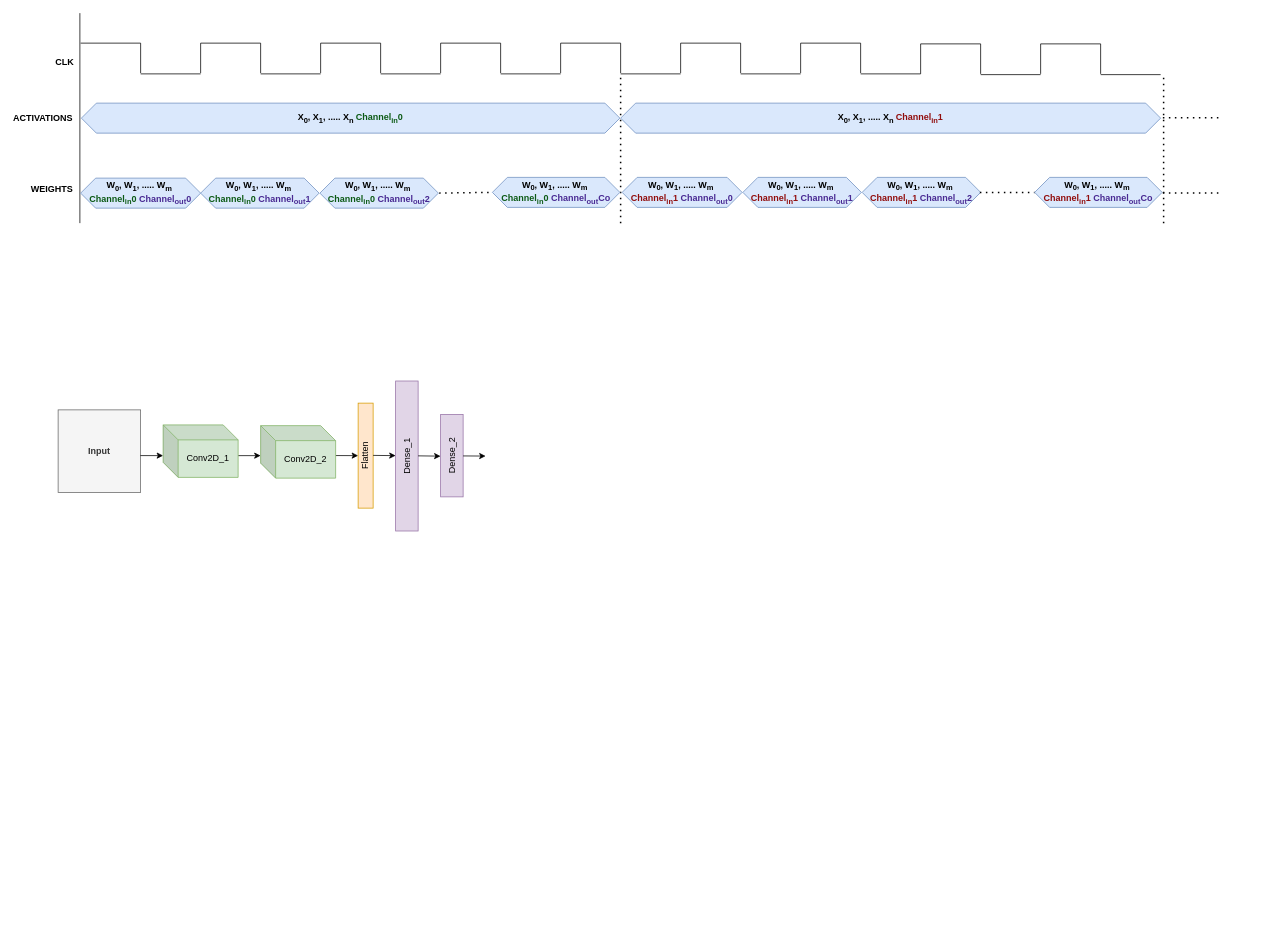
This is Timing diagram_eIQ_neutron.drawio from Nithyarajoman/Drawio-figures, a draw.io file, before an edit. Source tidied: cells renumbered, new cells numbered last; positions are measured from the earlier drawing's top-left corner, leaving out a move shared by most shapes. Both pictures are drawn from the tidied source at 75%, with x=0, y=0 at pixel (14, 13).
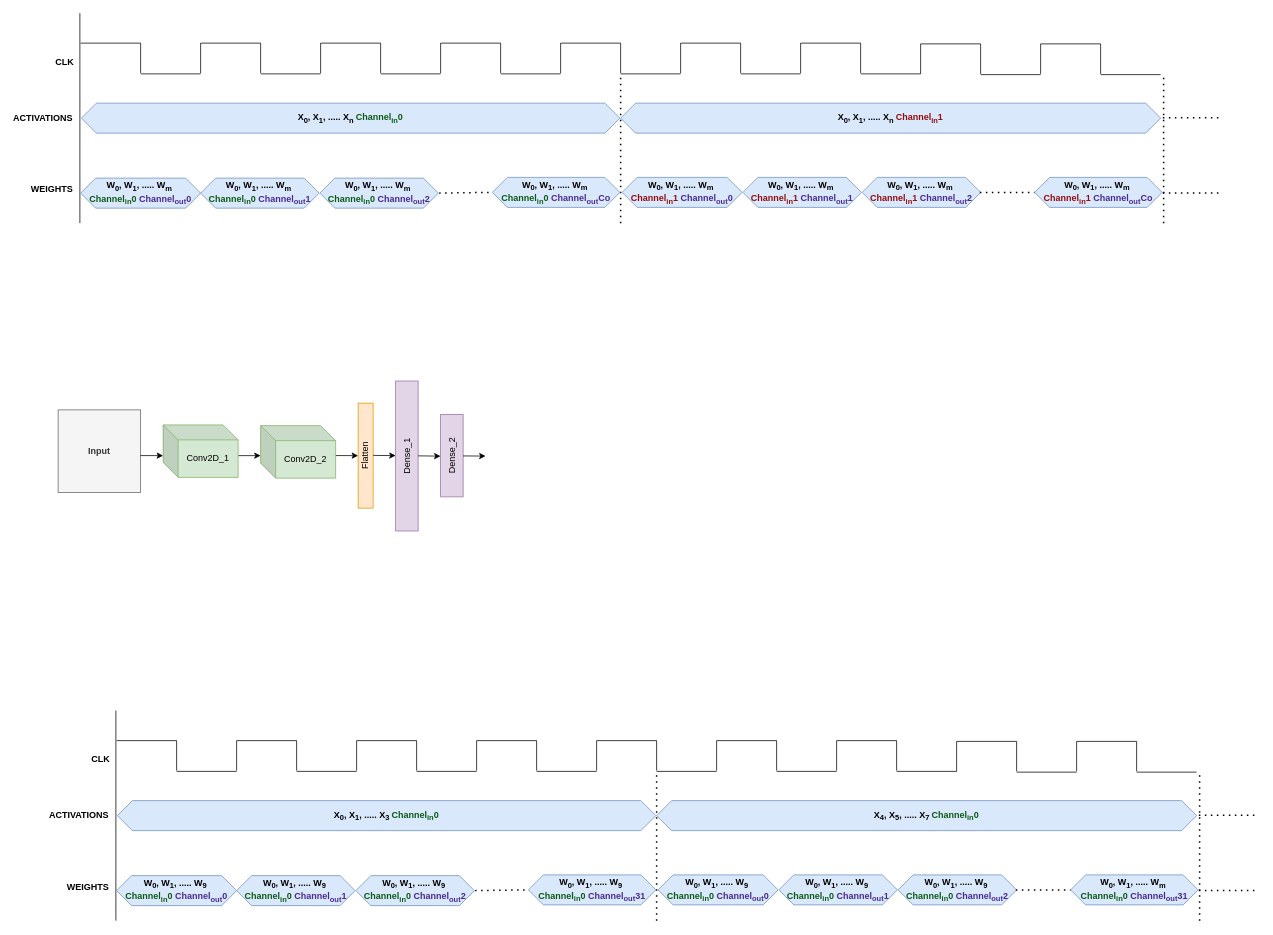
After the change.

The edit, as a diff of the source:
```diff
@@
+    <mxCell id="78" value="&lt;b&gt;&lt;font&gt;X&lt;sub style=&quot;&quot;&gt;0&lt;/sub&gt;, X&lt;sub style=&quot;&quot;&gt;1&lt;/sub&gt;, ..... X&lt;sub style=&quot;&quot;&gt;3&amp;nbsp;&lt;/sub&gt;&lt;font style=&quot;color: light-dark(rgb(12, 90, 21), rgb(237, 237, 237));&quot;&gt;Channel&lt;sub style=&quot;&quot;&gt;in&lt;/sub&gt;0&lt;/font&gt;&lt;/font&gt;&lt;/b&gt;" style="shape=hexagon;perimeter=hexagonPerimeter2;whiteSpace=wrap;html=1;fixedSize=1;fillColor=#dae8fc;strokeColor=#6c8ebf;" parent="1" vertex="1">
+      <mxGeometry x="137" y="1050" width="718" height="40" as="geometry" />
+    </mxCell>
+    <mxCell id="79" style="endArrow=none;html=1;rounded=0;" parent="1" edge="1">
+      <mxGeometry relative="1" as="geometry">
+        <mxPoint x="135" y="1210" as="sourcePoint" />
+        <mxPoint x="135" y="930" as="targetPoint" />
+      </mxGeometry>
+    </mxCell>
+    <mxCell id="80" style="group;" parent="1" vertex="1">
+      <mxGeometry x="136" y="970" width="160" height="41" as="geometry" />
+    </mxCell>
+    <mxCell id="81" style="endArrow=none;html=1;rounded=0;" parent="80" edge="1">
+      <mxGeometry relative="1" as="geometry">
+        <mxPoint as="sourcePoint" />
+        <mxPoint x="80" as="targetPoint" />
+      </mxGeometry>
+    </mxCell>
+    <mxCell id="82" style="endArrow=none;html=1;rounded=0;" parent="80" edge="1">
+      <mxGeometry relative="1" as="geometry">
+        <mxPoint x="80" y="41" as="sourcePoint" />
+        <mxPoint x="160" y="41" as="targetPoint" />
+      </mxGeometry>
+    </mxCell>
+    <mxCell id="83" style="endArrow=none;html=1;rounded=0;" parent="80" edge="1">
+      <mxGeometry relative="1" as="geometry">
+        <mxPoint x="80" as="sourcePoint" />
+        <mxPoint x="80" y="40" as="targetPoint" />
+      </mxGeometry>
+    </mxCell>
+    <mxCell id="84" style="group;" parent="1" vertex="1">
+      <mxGeometry x="296" y="970" width="160" height="41" as="geometry" />
+    </mxCell>
+    <mxCell id="85" style="endArrow=none;html=1;rounded=0;" parent="84" edge="1">
+      <mxGeometry relative="1" as="geometry">
+        <mxPoint as="sourcePoint" />
+        <mxPoint x="80" as="targetPoint" />
+      </mxGeometry>
+    </mxCell>
+    <mxCell id="86" style="endArrow=none;html=1;rounded=0;" parent="84" edge="1">
+      <mxGeometry relative="1" as="geometry">
+        <mxPoint x="80" y="41" as="sourcePoint" />
+        <mxPoint x="160" y="41" as="targetPoint" />
+      </mxGeometry>
+    </mxCell>
+    <mxCell id="87" style="endArrow=none;html=1;rounded=0;" parent="84" edge="1">
+      <mxGeometry relative="1" as="geometry">
+        <mxPoint x="80" as="sourcePoint" />
+        <mxPoint x="80" y="40" as="targetPoint" />
+      </mxGeometry>
+    </mxCell>
+    <mxCell id="88" style="endArrow=none;html=1;rounded=0;" parent="84" edge="1">
+      <mxGeometry relative="1" as="geometry">
+        <mxPoint as="sourcePoint" />
+        <mxPoint y="40" as="targetPoint" />
+      </mxGeometry>
+    </mxCell>
+    <mxCell id="89" style="group;" parent="1" vertex="1">
+      <mxGeometry x="456" y="970" width="160" height="41" as="geometry" />
+    </mxCell>
+    <mxCell id="90" style="endArrow=none;html=1;rounded=0;" parent="89" edge="1">
+      <mxGeometry relative="1" as="geometry">
+        <mxPoint as="sourcePoint" />
+        <mxPoint x="80" as="targetPoint" />
+      </mxGeometry>
+    </mxCell>
+    <mxCell id="91" style="endArrow=none;html=1;rounded=0;" parent="89" edge="1">
+      <mxGeometry relative="1" as="geometry">
+        <mxPoint x="80" y="41" as="sourcePoint" />
+        <mxPoint x="160" y="41" as="targetPoint" />
+      </mxGeometry>
+    </mxCell>
+    <mxCell id="92" style="endArrow=none;html=1;rounded=0;" parent="89" edge="1">
+      <mxGeometry relative="1" as="geometry">
+        <mxPoint x="80" as="sourcePoint" />
+        <mxPoint x="80" y="40" as="targetPoint" />
+      </mxGeometry>
+    </mxCell>
+    <mxCell id="93" style="endArrow=none;html=1;rounded=0;" parent="89" edge="1">
+      <mxGeometry relative="1" as="geometry">
+        <mxPoint as="sourcePoint" />
+        <mxPoint y="40" as="targetPoint" />
+      </mxGeometry>
+    </mxCell>
+    <mxCell id="94" style="group;" parent="1" vertex="1">
+      <mxGeometry x="616" y="970" width="160" height="41" as="geometry" />
+    </mxCell>
+    <mxCell id="95" style="endArrow=none;html=1;rounded=0;" parent="94" edge="1">
+      <mxGeometry relative="1" as="geometry">
+        <mxPoint as="sourcePoint" />
+        <mxPoint x="80" as="targetPoint" />
+      </mxGeometry>
+    </mxCell>
+    <mxCell id="96" style="endArrow=none;html=1;rounded=0;" parent="94" edge="1">
+      <mxGeometry relative="1" as="geometry">
+        <mxPoint x="80" y="41" as="sourcePoint" />
+        <mxPoint x="160" y="41" as="targetPoint" />
+      </mxGeometry>
+    </mxCell>
+    <mxCell id="97" style="endArrow=none;html=1;rounded=0;" parent="94" edge="1">
+      <mxGeometry relative="1" as="geometry">
+        <mxPoint x="80" as="sourcePoint" />
+        <mxPoint x="80" y="40" as="targetPoint" />
+      </mxGeometry>
+    </mxCell>
+    <mxCell id="98" style="endArrow=none;html=1;rounded=0;" parent="94" edge="1">
+      <mxGeometry relative="1" as="geometry">
+        <mxPoint as="sourcePoint" />
+        <mxPoint y="40" as="targetPoint" />
+      </mxGeometry>
+    </mxCell>
+    <mxCell id="99" style="group;" parent="1" vertex="1">
+      <mxGeometry x="776" y="970" width="160" height="41" as="geometry" />
+    </mxCell>
+    <mxCell id="100" style="endArrow=none;html=1;rounded=0;" parent="99" edge="1">
+      <mxGeometry relative="1" as="geometry">
+        <mxPoint as="sourcePoint" />
+        <mxPoint x="80" as="targetPoint" />
+      </mxGeometry>
+    </mxCell>
+    <mxCell id="101" style="endArrow=none;html=1;rounded=0;" parent="99" edge="1">
+      <mxGeometry relative="1" as="geometry">
+        <mxPoint x="80" y="41" as="sourcePoint" />
+        <mxPoint x="160" y="41" as="targetPoint" />
+      </mxGeometry>
+    </mxCell>
+    <mxCell id="102" style="endArrow=none;html=1;rounded=0;" parent="99" edge="1">
+      <mxGeometry relative="1" as="geometry">
+        <mxPoint x="80" as="sourcePoint" />
+        <mxPoint x="80" y="40" as="targetPoint" />
+      </mxGeometry>
+    </mxCell>
+    <mxCell id="103" style="endArrow=none;html=1;rounded=0;" parent="99" edge="1">
+      <mxGeometry relative="1" as="geometry">
+        <mxPoint as="sourcePoint" />
+        <mxPoint y="40" as="targetPoint" />
+      </mxGeometry>
+    </mxCell>
+    <mxCell id="104" style="group;" parent="1" vertex="1">
+      <mxGeometry x="936" y="970" width="160" height="41" as="geometry" />
+    </mxCell>
+    <mxCell id="105" style="endArrow=none;html=1;rounded=0;" parent="104" edge="1">
+      <mxGeometry relative="1" as="geometry">
+        <mxPoint as="sourcePoint" />
+        <mxPoint x="80" as="targetPoint" />
+      </mxGeometry>
+    </mxCell>
+    <mxCell id="106" style="endArrow=none;html=1;rounded=0;" parent="104" edge="1">
+      <mxGeometry relative="1" as="geometry">
+        <mxPoint x="80" y="41" as="sourcePoint" />
+        <mxPoint x="160" y="41" as="targetPoint" />
+      </mxGeometry>
+    </mxCell>
+    <mxCell id="107" style="endArrow=none;html=1;rounded=0;" parent="104" edge="1">
+      <mxGeometry relative="1" as="geometry">
+        <mxPoint x="80" as="sourcePoint" />
+        <mxPoint x="80" y="40" as="targetPoint" />
+      </mxGeometry>
+    </mxCell>
+    <mxCell id="108" style="endArrow=none;html=1;rounded=0;" parent="104" edge="1">
+      <mxGeometry relative="1" as="geometry">
+        <mxPoint as="sourcePoint" />
+        <mxPoint y="40" as="targetPoint" />
+      </mxGeometry>
+    </mxCell>
+    <mxCell id="109" style="group;" parent="1" vertex="1">
+      <mxGeometry x="1096" y="970" width="160" height="41" as="geometry" />
+    </mxCell>
+    <mxCell id="110" style="endArrow=none;html=1;rounded=0;" parent="109" edge="1">
+      <mxGeometry relative="1" as="geometry">
+        <mxPoint as="sourcePoint" />
+        <mxPoint x="80" as="targetPoint" />
+      </mxGeometry>
+    </mxCell>
+    <mxCell id="111" style="endArrow=none;html=1;rounded=0;" parent="109" edge="1">
+      <mxGeometry relative="1" as="geometry">
+        <mxPoint x="80" y="41" as="sourcePoint" />
+        <mxPoint x="160" y="41" as="targetPoint" />
+      </mxGeometry>
+    </mxCell>
+    <mxCell id="112" style="endArrow=none;html=1;rounded=0;" parent="109" edge="1">
+      <mxGeometry relative="1" as="geometry">
+        <mxPoint x="80" as="sourcePoint" />
+        <mxPoint x="80" y="40" as="targetPoint" />
+      </mxGeometry>
+    </mxCell>
+    <mxCell id="113" style="endArrow=none;html=1;rounded=0;" parent="109" edge="1">
+      <mxGeometry relative="1" as="geometry">
+        <mxPoint as="sourcePoint" />
+        <mxPoint y="40" as="targetPoint" />
+      </mxGeometry>
+    </mxCell>
+    <mxCell id="114" style="endArrow=none;dashed=1;html=1;dashPattern=1 3;strokeWidth=2;rounded=0;" parent="1" edge="1">
+      <mxGeometry relative="1" as="geometry">
+        <mxPoint x="856" y="1210" as="sourcePoint" />
+        <mxPoint x="856" y="1011" as="targetPoint" />
+      </mxGeometry>
+    </mxCell>
+    <mxCell id="115" value="&lt;b&gt;&lt;font&gt;W&lt;sub style=&quot;&quot;&gt;0&lt;/sub&gt;, W&lt;sub style=&quot;&quot;&gt;1&lt;/sub&gt;, ..... W&lt;sub style=&quot;&quot;&gt;9&amp;nbsp;&lt;/sub&gt;&lt;/font&gt;&lt;/b&gt;&lt;div&gt;&lt;b&gt;&lt;font&gt;&lt;font style=&quot;color: rgb(12, 90, 21);&quot;&gt;Channel&lt;sub&gt;in&lt;/sub&gt;0&lt;/font&gt; &lt;font style=&quot;color: light-dark(rgb(73, 42, 147), rgb(237, 237, 237));&quot;&gt;Channel&lt;sub&gt;out&lt;/sub&gt;0&lt;/font&gt;&lt;/font&gt;&lt;/b&gt;&lt;/div&gt;" style="shape=hexagon;perimeter=hexagonPerimeter2;whiteSpace=wrap;html=1;fixedSize=1;fillColor=#dae8fc;strokeColor=#6c8ebf;" parent="1" vertex="1">
+      <mxGeometry x="136" y="1150" width="160" height="40" as="geometry" />
+    </mxCell>
+    <mxCell id="116" value="&lt;b&gt;W&lt;sub&gt;0&lt;/sub&gt;, W&lt;sub&gt;1&lt;/sub&gt;, ..... W&lt;sub&gt;9&amp;nbsp;&lt;/sub&gt;&lt;/b&gt;&lt;div&gt;&lt;b&gt;&lt;font style=&quot;color: rgb(12, 90, 21);&quot;&gt;Channel&lt;sub&gt;in&lt;/sub&gt;0&lt;/font&gt; &lt;font style=&quot;color: rgb(73, 42, 147);&quot;&gt;Channel&lt;sub&gt;out&lt;/sub&gt;1&lt;/font&gt;&lt;/b&gt;&lt;/div&gt;" style="shape=hexagon;perimeter=hexagonPerimeter2;whiteSpace=wrap;html=1;fixedSize=1;fillColor=#dae8fc;strokeColor=#6c8ebf;" parent="1" vertex="1">
+      <mxGeometry x="296" y="1150" width="158" height="40" as="geometry" />
+    </mxCell>
+    <mxCell id="117" value="&lt;b&gt;W&lt;sub&gt;0&lt;/sub&gt;, W&lt;sub&gt;1&lt;/sub&gt;, ..... W&lt;sub&gt;9&amp;nbsp;&lt;/sub&gt;&lt;/b&gt;&lt;div&gt;&lt;b&gt;&lt;font style=&quot;color: rgb(12, 90, 21);&quot;&gt;Channel&lt;sub&gt;in&lt;/sub&gt;0&lt;/font&gt; &lt;font style=&quot;color: rgb(73, 42, 147);&quot;&gt;Channel&lt;sub&gt;out&lt;/sub&gt;2&lt;/font&gt;&lt;/b&gt;&lt;/div&gt;" style="shape=hexagon;perimeter=hexagonPerimeter2;whiteSpace=wrap;html=1;fixedSize=1;fillColor=#dae8fc;strokeColor=#6c8ebf;" parent="1" vertex="1">
+      <mxGeometry x="455" y="1150" width="158" height="40" as="geometry" />
+    </mxCell>
+    <mxCell id="118" style="endArrow=none;dashed=1;html=1;dashPattern=1 3;strokeWidth=2;rounded=0;entryX=0;entryY=0.5;entryDx=0;entryDy=0;" parent="1" edge="1" target="119">
+      <mxGeometry relative="1" as="geometry">
+        <mxPoint x="614" y="1170" as="sourcePoint" />
+      </mxGeometry>
+    </mxCell>
+    <mxCell id="119" value="&lt;b&gt;W&lt;sub&gt;0&lt;/sub&gt;, W&lt;sub&gt;1&lt;/sub&gt;, ..... W&lt;sub&gt;9&amp;nbsp;&lt;/sub&gt;&lt;/b&gt;&lt;div&gt;&lt;b&gt;&lt;font style=&quot;color: rgb(12, 90, 21);&quot;&gt;Channel&lt;sub&gt;in&lt;/sub&gt;0 &lt;/font&gt;&lt;font style=&quot;color: rgb(73, 42, 147);&quot;&gt;Channel&lt;sub&gt;out&lt;/sub&gt;31&lt;/font&gt;&lt;/b&gt;&lt;/div&gt;" style="shape=hexagon;perimeter=hexagonPerimeter2;whiteSpace=wrap;html=1;fixedSize=1;fillColor=#dae8fc;strokeColor=#6c8ebf;" parent="1" vertex="1">
+      <mxGeometry x="685" y="1149" width="170" height="40" as="geometry" />
+    </mxCell>
+    <mxCell id="120" value="&lt;b&gt;&lt;font&gt;X&lt;sub style=&quot;&quot;&gt;4&lt;/sub&gt;, X&lt;sub style=&quot;&quot;&gt;5&lt;/sub&gt;, ..... X&lt;sub style=&quot;&quot;&gt;7&amp;nbsp;&lt;/sub&gt;&lt;/font&gt;&lt;/b&gt;&lt;b&gt;&lt;font style=&quot;color: light-dark(rgb(12, 90, 21), rgb(237, 237, 237));&quot;&gt;Channel&lt;sub&gt;in&lt;/sub&gt;0&lt;/font&gt;&lt;/b&gt;" style="shape=hexagon;perimeter=hexagonPerimeter2;whiteSpace=wrap;html=1;fixedSize=1;fillColor=#dae8fc;strokeColor=#6c8ebf;" parent="1" vertex="1">
+      <mxGeometry x="856" y="1050" width="720" height="40" as="geometry" />
+    </mxCell>
+    <mxCell id="121" style="group;" parent="1" vertex="1">
+      <mxGeometry x="1256" y="971" width="160" height="41" as="geometry" />
+    </mxCell>
+    <mxCell id="122" style="endArrow=none;html=1;rounded=0;" parent="121" edge="1">
+      <mxGeometry relative="1" as="geometry">
+        <mxPoint as="sourcePoint" />
+        <mxPoint x="80" as="targetPoint" />
+      </mxGeometry>
+    </mxCell>
+    <mxCell id="123" style="endArrow=none;html=1;rounded=0;" parent="121" edge="1">
+      <mxGeometry relative="1" as="geometry">
+        <mxPoint x="80" y="41" as="sourcePoint" />
+        <mxPoint x="160" y="41" as="targetPoint" />
+      </mxGeometry>
+    </mxCell>
+    <mxCell id="124" style="endArrow=none;html=1;rounded=0;" parent="121" edge="1">
+      <mxGeometry relative="1" as="geometry">
+        <mxPoint x="80" as="sourcePoint" />
+        <mxPoint x="80" y="40" as="targetPoint" />
+      </mxGeometry>
+    </mxCell>
+    <mxCell id="125" style="endArrow=none;html=1;rounded=0;" parent="121" edge="1">
+      <mxGeometry relative="1" as="geometry">
+        <mxPoint as="sourcePoint" />
+        <mxPoint y="40" as="targetPoint" />
+      </mxGeometry>
+    </mxCell>
+    <mxCell id="126" style="group;" parent="1" vertex="1">
+      <mxGeometry x="1416" y="971" width="160" height="41" as="geometry" />
+    </mxCell>
+    <mxCell id="127" style="endArrow=none;html=1;rounded=0;" parent="126" edge="1">
+      <mxGeometry relative="1" as="geometry">
+        <mxPoint as="sourcePoint" />
+        <mxPoint x="80" as="targetPoint" />
+      </mxGeometry>
+    </mxCell>
+    <mxCell id="128" style="endArrow=none;html=1;rounded=0;" parent="126" edge="1">
+      <mxGeometry relative="1" as="geometry">
+        <mxPoint x="80" y="41" as="sourcePoint" />
+        <mxPoint x="160" y="41" as="targetPoint" />
+      </mxGeometry>
+    </mxCell>
+    <mxCell id="129" style="endArrow=none;html=1;rounded=0;" parent="126" edge="1">
+      <mxGeometry relative="1" as="geometry">
+        <mxPoint x="80" as="sourcePoint" />
+        <mxPoint x="80" y="40" as="targetPoint" />
+      </mxGeometry>
+    </mxCell>
+    <mxCell id="130" style="endArrow=none;html=1;rounded=0;" parent="126" edge="1">
+      <mxGeometry relative="1" as="geometry">
+        <mxPoint as="sourcePoint" />
+        <mxPoint y="40" as="targetPoint" />
+      </mxGeometry>
+    </mxCell>
+    <mxCell id="131" style="endArrow=none;dashed=1;html=1;dashPattern=1 3;strokeWidth=2;rounded=0;" parent="1" edge="1">
+      <mxGeometry relative="1" as="geometry">
+        <mxPoint x="1580" y="1210" as="sourcePoint" />
+        <mxPoint x="1580" y="1012" as="targetPoint" />
+      </mxGeometry>
+    </mxCell>
+    <mxCell id="132" style="endArrow=none;dashed=1;html=1;dashPattern=1 3;strokeWidth=2;rounded=0;" parent="1" edge="1">
+      <mxGeometry relative="1" as="geometry">
+        <mxPoint x="1579" y="1069.5" as="sourcePoint" />
+        <mxPoint x="1659" y="1069.5" as="targetPoint" />
+      </mxGeometry>
+    </mxCell>
+    <mxCell id="133" value="&lt;b&gt;W&lt;sub&gt;0&lt;/sub&gt;, W&lt;sub&gt;1&lt;/sub&gt;, ..... W&lt;sub&gt;9&amp;nbsp;&lt;br&gt;&lt;/sub&gt;&lt;/b&gt;&lt;div&gt;&lt;b style=&quot;background-color: transparent; color: light-dark(rgb(0, 0, 0), rgb(255, 255, 255));&quot;&gt;&lt;font style=&quot;color: light-dark(rgb(12, 90, 21), rgb(237, 237, 237));&quot;&gt;Channel&lt;sub&gt;in&lt;/sub&gt;0&lt;/font&gt;&lt;/b&gt;&lt;b&gt;&amp;nbsp;&lt;font style=&quot;color: rgb(73, 42, 147);&quot;&gt;Channel&lt;sub&gt;out&lt;/sub&gt;1&lt;/font&gt;&lt;/b&gt;&lt;/div&gt;" style="shape=hexagon;perimeter=hexagonPerimeter2;whiteSpace=wrap;html=1;fixedSize=1;fillColor=#dae8fc;strokeColor=#6c8ebf;" parent="1" vertex="1">
+      <mxGeometry x="1019" y="1149" width="158" height="40" as="geometry" />
+    </mxCell>
+    <mxCell id="134" value="&lt;b&gt;W&lt;sub&gt;0&lt;/sub&gt;, W&lt;sub&gt;1&lt;/sub&gt;, ..... W&lt;sub&gt;9&amp;nbsp;&lt;br&gt;&lt;/sub&gt;&lt;/b&gt;&lt;div&gt;&lt;b style=&quot;background-color: transparent; color: light-dark(rgb(0, 0, 0), rgb(255, 255, 255));&quot;&gt;&lt;font style=&quot;color: light-dark(rgb(12, 90, 21), rgb(237, 237, 237));&quot;&gt;Channel&lt;sub&gt;in&lt;/sub&gt;0&lt;/font&gt;&lt;/b&gt;&lt;b&gt;&amp;nbsp;&lt;font style=&quot;color: rgb(73, 42, 147);&quot;&gt;Channel&lt;sub&gt;out&lt;/sub&gt;2&lt;/font&gt;&lt;/b&gt;&lt;/div&gt;" style="shape=hexagon;perimeter=hexagonPerimeter2;whiteSpace=wrap;html=1;fixedSize=1;fillColor=#dae8fc;strokeColor=#6c8ebf;" parent="1" vertex="1">
+      <mxGeometry x="1178" y="1149" width="158" height="40" as="geometry" />
+    </mxCell>
+    <mxCell id="135" style="endArrow=none;dashed=1;html=1;dashPattern=1 3;strokeWidth=2;rounded=0;" parent="1" edge="1">
+      <mxGeometry relative="1" as="geometry">
+        <mxPoint x="1335" y="1169" as="sourcePoint" />
+        <mxPoint x="1408" y="1169" as="targetPoint" />
+      </mxGeometry>
+    </mxCell>
+    <mxCell id="136" value="&lt;b&gt;W&lt;sub&gt;0&lt;/sub&gt;, W&lt;sub&gt;1&lt;/sub&gt;, ..... W&lt;sub&gt;m&amp;nbsp;&lt;br&gt;&lt;/sub&gt;&lt;/b&gt;&lt;div&gt;&lt;b style=&quot;background-color: transparent; color: light-dark(rgb(0, 0, 0), rgb(255, 255, 255));&quot;&gt;&lt;font style=&quot;color: light-dark(rgb(12, 90, 21), rgb(237, 237, 237));&quot;&gt;Channel&lt;sub&gt;in&lt;/sub&gt;0&lt;/font&gt;&lt;/b&gt;&lt;b&gt;&amp;nbsp;&lt;font style=&quot;color: rgb(73, 42, 147);&quot;&gt;Channel&lt;sub&gt;out&lt;/sub&gt;31&lt;/font&gt;&lt;/b&gt;&lt;/div&gt;" style="shape=hexagon;perimeter=hexagonPerimeter2;whiteSpace=wrap;html=1;fixedSize=1;fillColor=#dae8fc;strokeColor=#6c8ebf;" parent="1" vertex="1">
+      <mxGeometry x="1408" y="1149" width="170" height="40" as="geometry" />
+    </mxCell>
+    <mxCell id="137" value="&lt;b&gt;&lt;font&gt;W&lt;sub style=&quot;&quot;&gt;0&lt;/sub&gt;, W&lt;sub style=&quot;&quot;&gt;1&lt;/sub&gt;, ..... W&lt;sub style=&quot;&quot;&gt;9&amp;nbsp;&lt;br&gt;&lt;/sub&gt;&lt;/font&gt;&lt;/b&gt;&lt;div&gt;&lt;b style=&quot;background-color: transparent; color: light-dark(rgb(0, 0, 0), rgb(255, 255, 255));&quot;&gt;&lt;font style=&quot;color: light-dark(rgb(12, 90, 21), rgb(237, 237, 237));&quot;&gt;Channel&lt;sub&gt;in&lt;/sub&gt;0&lt;/font&gt;&lt;/b&gt;&lt;b&gt;&lt;font&gt;&amp;nbsp;&lt;font style=&quot;color: rgb(73, 42, 147);&quot;&gt;Channel&lt;sub&gt;out&lt;/sub&gt;0&lt;/font&gt;&lt;/font&gt;&lt;/b&gt;&lt;/div&gt;" style="shape=hexagon;perimeter=hexagonPerimeter2;whiteSpace=wrap;html=1;fixedSize=1;fillColor=#dae8fc;strokeColor=#6c8ebf;" parent="1" vertex="1">
+      <mxGeometry x="858" y="1149" width="160" height="40" as="geometry" />
+    </mxCell>
+    <mxCell id="138" style="endArrow=none;dashed=1;html=1;dashPattern=1 3;strokeWidth=2;rounded=0;" parent="1" edge="1">
+      <mxGeometry relative="1" as="geometry">
+        <mxPoint x="1579" y="1169.8" as="sourcePoint" />
+        <mxPoint x="1659" y="1169.8" as="targetPoint" />
+      </mxGeometry>
+    </mxCell>
+    <mxCell id="139" value="&lt;b&gt;CLK&lt;/b&gt;" style="text;html=1;whiteSpace=wrap;strokeColor=none;fillColor=none;align=center;verticalAlign=middle;rounded=0;" parent="1" vertex="1">
+      <mxGeometry x="85" y="980" width="60" height="29" as="geometry" />
+    </mxCell>
+    <mxCell id="140" value="&lt;b&gt;ACTIVATIONS&lt;/b&gt;" style="text;html=1;whiteSpace=wrap;strokeColor=none;fillColor=none;align=center;verticalAlign=middle;rounded=0;" parent="1" vertex="1">
+      <mxGeometry x="48" y="1055.5" width="76" height="29" as="geometry" />
+    </mxCell>
+    <mxCell id="141" value="&lt;b&gt;WEIGHTS&lt;/b&gt;" style="text;html=1;whiteSpace=wrap;strokeColor=none;fillColor=none;align=center;verticalAlign=middle;rounded=0;" parent="1" vertex="1">
+      <mxGeometry x="68" y="1150" width="60" height="29" as="geometry" />
+    </mxCell>
```
